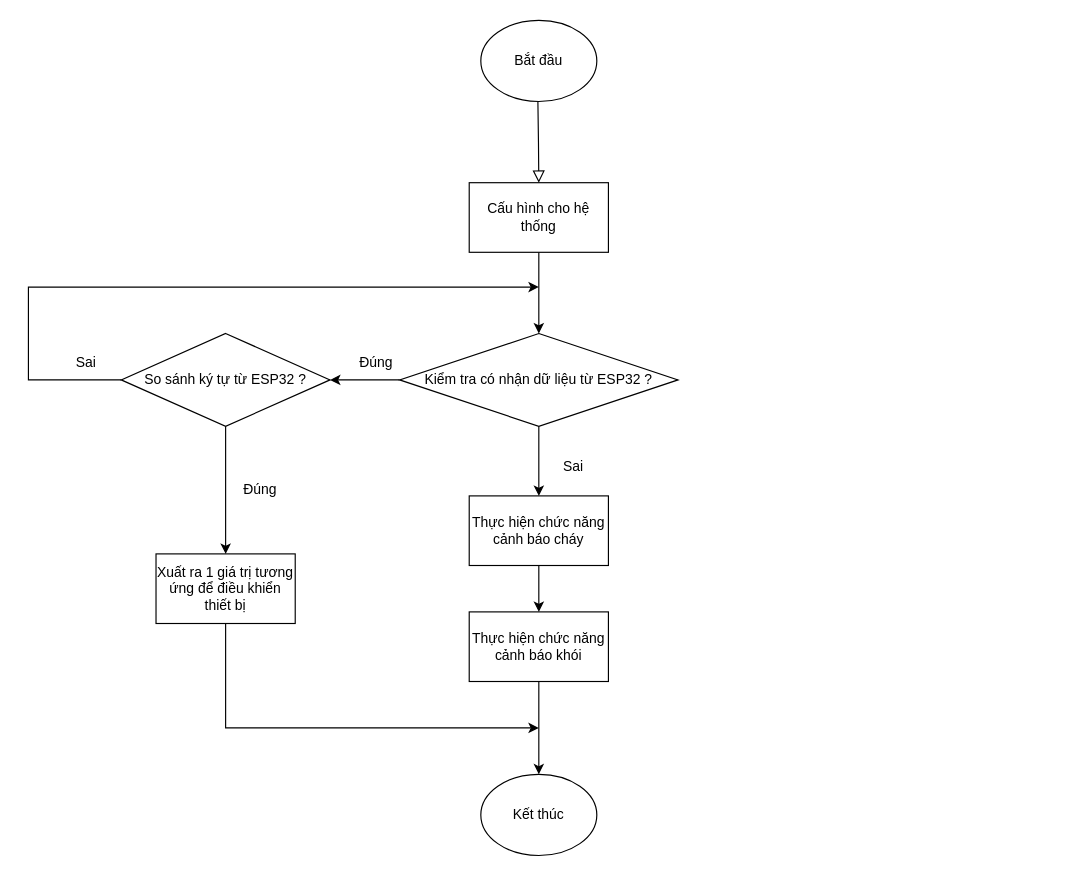
imvietp/Final_Thesis keeps this draw.io diagram as block_diagram/Chuong_trinh_arduino.drawio. Above is the earlier version. Source tidied: cells renumbered, new cells numbered last; positions are measured from the earlier drawing's top-left corner, leaving out a move shared by most shapes. Both pictures are drawn from the tidied source at 116%, with x=0, y=0 at pixel (28, 20).
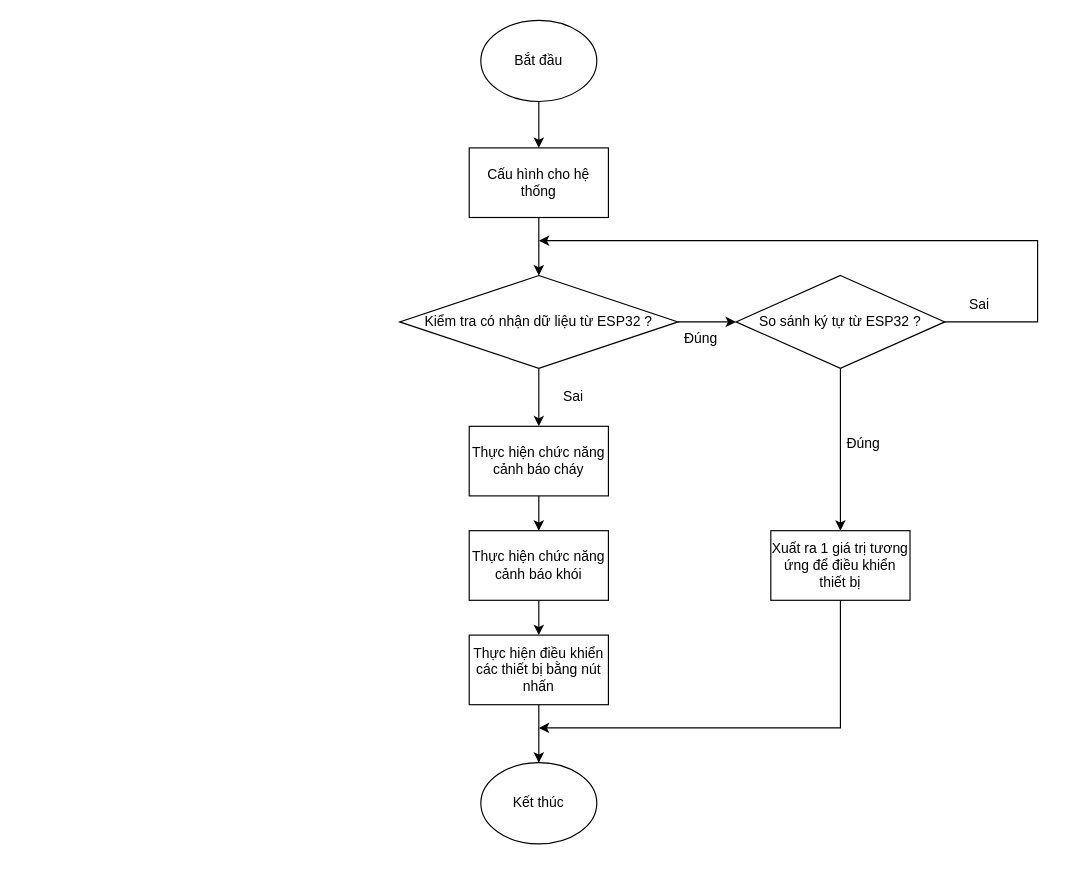
The same page after the edit.

The change refers to these unchanged cells:
```xml
<mxCell id="3" value="Bắt đầu" style="ellipse;whiteSpace=wrap;html=1;" parent="1" vertex="1">
  <mxGeometry x="390" width="100" height="70" as="geometry" />
</mxCell>
```

The edit, as a diff of the source:
```diff
@@
-    <mxCell id="2" style="rounded=0;html=1;jettySize=auto;fontSize=11;endArrow=block;endFill=0;endSize=8;strokeWidth=1;shadow=0;labelBackgroundColor=none;edgeStyle=orthogonalEdgeStyle;entryX=0.5;entryY=0;entryDx=0;entryDy=0;" parent="1" edge="1" target="13">
-      <mxGeometry relative="1" as="geometry">
-        <mxPoint x="439.2" y="70" as="sourcePoint" />
-      </mxGeometry>
-    </mxCell>
+    <mxCell id="23" style="edgeStyle=orthogonalEdgeStyle;rounded=0;jettySize=auto;html=1;" parent="1" edge="1" source="3" target="13">
+      <mxGeometry relative="1" as="geometry" />
+    </mxCell>
@@
-    <mxCell id="4" style="edgeStyle=orthogonalEdgeStyle;rounded=0;jettySize=auto;html=1;exitX=0.5;exitY=1;exitDx=0;exitDy=0;" parent="1" edge="1" source="5">
+    <mxCell id="4" style="edgeStyle=orthogonalEdgeStyle;rounded=0;orthogonalLoop=1;jettySize=auto;html=1;exitX=0.5;exitY=1;exitDx=0;exitDy=0;" parent="1" edge="1">
       <mxGeometry relative="1" as="geometry">
-        <mxPoint x="440" y="410" as="targetPoint" />
+        <mxPoint x="440" y="300" as="sourcePoint" />
+        <mxPoint x="440" y="350" as="targetPoint" />
       </mxGeometry>
     </mxCell>
+    <mxCell id="6" style="edgeStyle=orthogonalEdgeStyle;rounded=0;jettySize=auto;html=1;" parent="1" edge="1" source="5" target="16">
+      <mxGeometry relative="1" as="geometry" />
+    </mxCell>
     <mxCell id="5" value="Kiểm tra có nhận dữ liệu từ ESP32 ?" style="rhombus;whiteSpace=wrap;html=1;" parent="1" vertex="1">
-      <mxGeometry x="320" y="270" width="240" height="80" as="geometry" />
+      <mxGeometry x="320" y="220" width="240" height="80" as="geometry" />
     </mxCell>
-    <mxCell id="6" style="endArrow=classic;html=1;rounded=0;exitX=0;exitY=0.5;exitDx=0;exitDy=0;entryX=1;entryY=0.5;entryDx=0;entryDy=0;" parent="1" edge="1" source="5" target="16">
-      <mxGeometry relative="1" as="geometry" />
-    </mxCell>
     <mxCell id="7" value="Đúng" style="text;html=1;align=center;verticalAlign=middle;whiteSpace=wrap;rounded=0;" parent="1" vertex="1">
-      <mxGeometry x="270" y="280" width="60" height="30" as="geometry" />
+      <mxGeometry x="550" y="260" width="60" height="30" as="geometry" />
     </mxCell>
     <mxCell id="8" value="Sai" style="text;html=1;align=center;verticalAlign=middle;whiteSpace=wrap;rounded=0;" parent="1" vertex="1">
-      <mxGeometry x="440" y="370" width="60" height="30" as="geometry" />
+      <mxGeometry x="440" y="310" width="60" height="30" as="geometry" />
     </mxCell>
     <mxCell id="9" value="Sai" style="text;html=1;align=center;verticalAlign=middle;whiteSpace=wrap;rounded=0;" parent="1" vertex="1">
-      <mxGeometry x="20" y="280" width="60" height="30" as="geometry" />
+      <mxGeometry x="790" y="230" width="60" height="30" as="geometry" />
     </mxCell>
-    <mxCell id="10" style="endArrow=classic;html=1;rounded=0;exitX=0.5;exitY=1;exitDx=0;exitDy=0;entryX=0.5;entryY=0;entryDx=0;entryDy=0;" parent="1" edge="1" source="22" target="11">
-      <mxGeometry relative="1" as="geometry" />
+    <mxCell id="10" style="endArrow=classic;html=1;rounded=0;exitX=0.5;exitY=1;exitDx=0;exitDy=0;" parent="1" edge="1" source="22">
+      <mxGeometry relative="1" as="geometry">
+        <mxPoint x="440" y="530" as="targetPoint" />
+      </mxGeometry>
     </mxCell>
     <mxCell id="11" value="Kết thúc" style="ellipse;whiteSpace=wrap;html=1;" parent="1" vertex="1">
-      <mxGeometry x="390" y="650" width="100" height="70" as="geometry" />
+      <mxGeometry x="390" y="640" width="100" height="70" as="geometry" />
     </mxCell>
@@
     <mxCell id="13" value="Cấu hình cho hệ thống" style="rounded=0;whiteSpace=wrap;html=1;" parent="1" vertex="1">
-      <mxGeometry x="380" y="140" width="120" height="60" as="geometry" />
+      <mxGeometry x="380" y="110" width="120" height="60" as="geometry" />
     </mxCell>
@@
-    <mxCell id="15" style="edgeStyle=orthogonalEdgeStyle;rounded=0;jettySize=auto;html=1;" parent="1" edge="1" source="16">
-      <mxGeometry relative="1" as="geometry">
-        <mxPoint x="440" y="230" as="targetPoint" />
-        <Array as="points">
-          <mxPoint y="310" />
-          <mxPoint y="230" />
-        </Array>
-      </mxGeometry>
-    </mxCell>
     <mxCell id="16" value="So sánh ký tự từ ESP32 ?" style="rhombus;whiteSpace=wrap;html=1;" parent="1" vertex="1">
-      <mxGeometry x="80" y="270" width="180" height="80" as="geometry" />
+      <mxGeometry x="610" y="220" width="180" height="80" as="geometry" />
     </mxCell>
-    <mxCell id="17" style="edgeStyle=orthogonalEdgeStyle;rounded=0;jettySize=auto;html=1;exitX=0.5;exitY=1;exitDx=0;exitDy=0;" parent="1" edge="1" source="18">
-      <mxGeometry relative="1" as="geometry">
-        <mxPoint x="440" y="610" as="targetPoint" />
-        <Array as="points">
-          <mxPoint x="170" y="610" />
-        </Array>
-      </mxGeometry>
-    </mxCell>
     <mxCell id="18" value="Xuất ra 1 giá trị tương ứng để điều khiển thiết bị" style="rounded=0;whiteSpace=wrap;html=1;" parent="1" vertex="1">
-      <mxGeometry x="110" y="460" width="120" height="60" as="geometry" />
+      <mxGeometry x="640" y="440" width="120" height="60" as="geometry" />
     </mxCell>
     <mxCell id="19" value="Đúng" style="text;html=1;align=center;verticalAlign=middle;whiteSpace=wrap;rounded=0;" parent="1" vertex="1">
-      <mxGeometry x="170" y="390" width="60" height="30" as="geometry" />
+      <mxGeometry x="690" y="350" width="60" height="30" as="geometry" />
     </mxCell>
@@
     <mxCell id="21" value="Thực hiện chức năng cảnh báo cháy" style="rounded=0;whiteSpace=wrap;html=1;" parent="1" vertex="1">
-      <mxGeometry x="380" y="410" width="120" height="60" as="geometry" />
+      <mxGeometry x="380" y="350" width="120" height="60" as="geometry" />
     </mxCell>
     <mxCell id="22" value="Thực hiện chức năng cảnh báo khói" style="rounded=0;whiteSpace=wrap;html=1;" parent="1" vertex="1">
-      <mxGeometry x="380" y="510" width="120" height="60" as="geometry" />
+      <mxGeometry x="380" y="440" width="120" height="60" as="geometry" />
     </mxCell>
+    <mxCell id="24" style="edgeStyle=orthogonalEdgeStyle;rounded=0;jettySize=auto;html=1;" parent="1" edge="1" source="25" target="11">
+      <mxGeometry relative="1" as="geometry" />
+    </mxCell>
+    <mxCell id="25" value="Thực hiện điều khiển các thiết bị bằng nút nhấn" style="rounded=0;whiteSpace=wrap;html=1;" parent="1" vertex="1">
+      <mxGeometry x="380" y="530" width="120" height="60" as="geometry" />
+    </mxCell>
+    <mxCell id="26" style="endArrow=classic;html=1;rounded=0;exitX=0.5;exitY=1;exitDx=0;exitDy=0;" parent="1" edge="1" source="18">
+      <mxGeometry relative="1" as="geometry">
+        <mxPoint x="440" y="610" as="targetPoint" />
+        <Array as="points">
+          <mxPoint x="700" y="610" />
+          <mxPoint x="530" y="610" />
+        </Array>
+      </mxGeometry>
+    </mxCell>
+    <mxCell id="27" style="endArrow=classic;html=1;rounded=0;exitX=1;exitY=0.5;exitDx=0;exitDy=0;" parent="1" edge="1" source="16">
+      <mxGeometry relative="1" as="geometry">
+        <mxPoint x="440" y="190" as="targetPoint" />
+        <Array as="points">
+          <mxPoint x="870" y="260" />
+          <mxPoint x="870" y="190" />
+        </Array>
+      </mxGeometry>
+    </mxCell>
```
